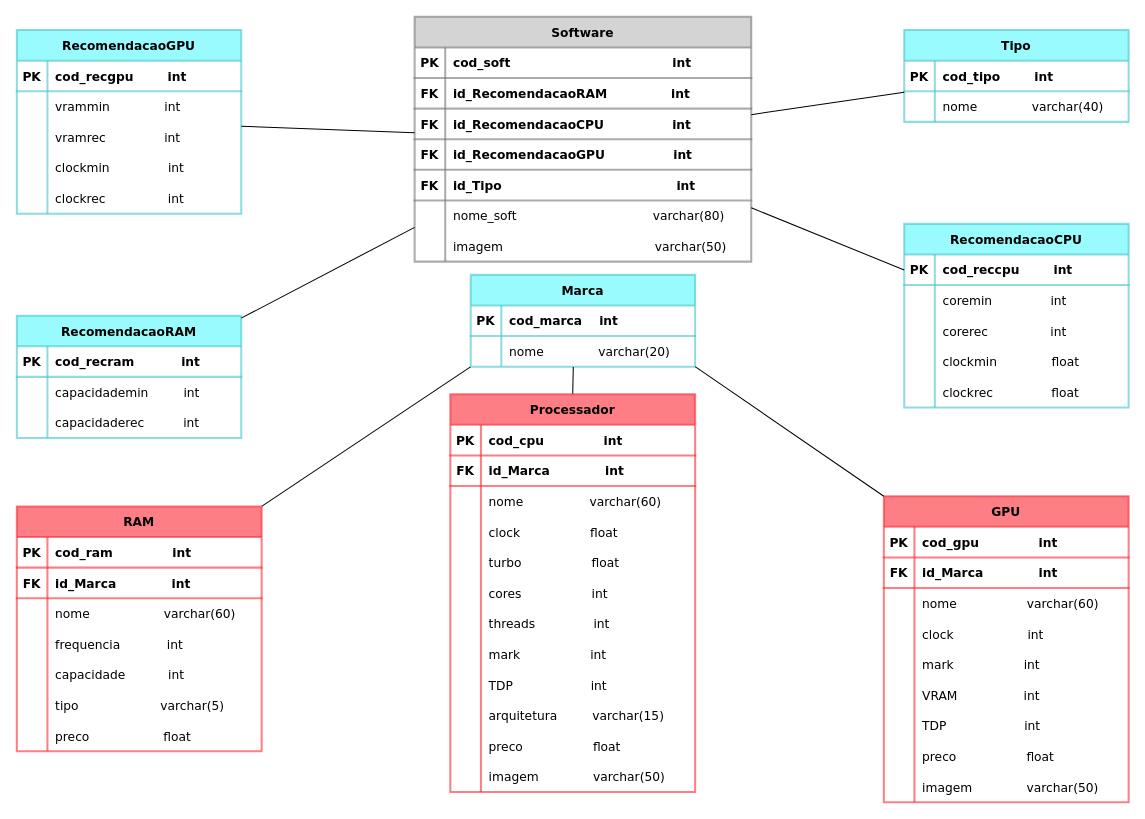
This is page "MER" (2 of 2) of IFSP-PJI-G05-MODELOS/database model/Abstração do Banco de dados - GHYM.drawio from ProjectGHYM/IFSP-PJI2-GR05-GHYM_Hardware_Comparison, a draw.io file, before an edit. Source tidied: cells renumbered, new cells numbered last; positions are measured from the earlier drawing's top-left corner, leaving out a move shared by most shapes. Both pictures are drawn from the tidied source at 102%, with x=0, y=0 at pixel (16, 16).
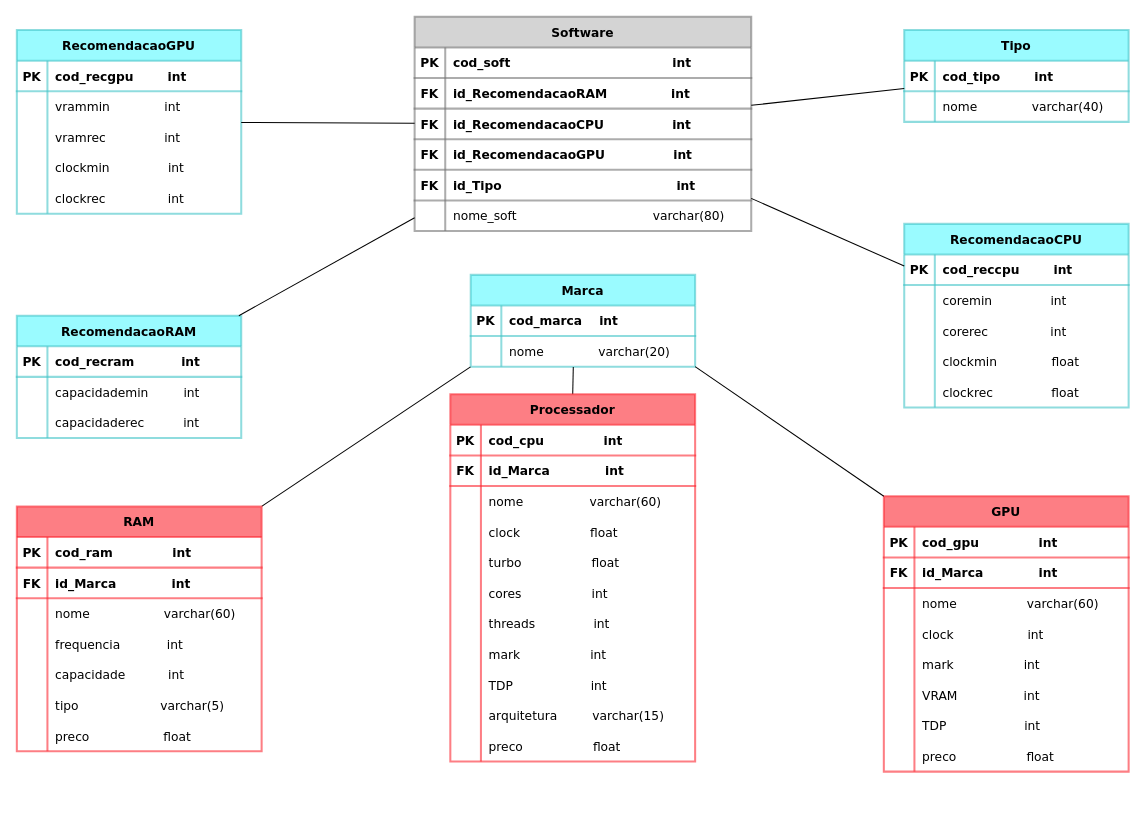
After the change.

Change to the diagram source:
```diff
@@
     <mxCell id="34" value="Software" style="shape=table;startSize=30;childLayout=tableLayout;rowLines=0;fontStyle=1;align=center;shadow=0;fontFamily=Verdana;strokeColor=#757575;strokeWidth=2;fillColor=#B8B8B8;opacity=60;" parent="1" vertex="1">
-      <mxGeometry x="390" width="330" height="240" as="geometry" />
+      <mxGeometry x="390" width="330" height="210" as="geometry" />
     </mxCell>
@@
-    <mxCell id="53" style="shape=tableRow;horizontal=0;startSize=0;swimlaneHead=0;swimlaneBody=0;fillColor=none;top=0;left=0;right=0;bottom=0;shadow=0;fontFamily=Verdana;strokeColor=#757575;strokeWidth=2;opacity=60;" parent="34" vertex="1">
-      <mxGeometry y="210" width="330" height="30" as="geometry" />
-    </mxCell>
-    <mxCell id="54" style="shape=partialRectangle;fillColor=none;top=0;left=0;bottom=0;right=0;overflow=hidden;shadow=0;fontFamily=Verdana;strokeColor=#757575;strokeWidth=2;opacity=60;" parent="53" vertex="1">
-      <mxGeometry width="30" height="30" as="geometry" />
-    </mxCell>
-    <mxCell id="55" value="imagem                                       varchar(50)" style="shape=partialRectangle;fillColor=none;top=0;left=0;bottom=0;right=0;align=left;spacingLeft=6;overflow=hidden;shadow=0;fontFamily=Verdana;strokeColor=#757575;strokeWidth=2;opacity=60;" parent="53" vertex="1">
-      <mxGeometry x="30" width="300" height="30" as="geometry" />
-    </mxCell>
@@
     <mxCell id="94" value="Processador" style="shape=table;startSize=30;childLayout=tableLayout;rowLines=0;fontStyle=1;align=center;shadow=0;fontFamily=Verdana;strokeColor=#FC2832;strokeWidth=2;fillColor=#FC2832;opacity=60;" parent="1" vertex="1">
-      <mxGeometry x="425" y="370" width="240" height="390" as="geometry" />
+      <mxGeometry x="425" y="370" width="240" height="360" as="geometry" />
     </mxCell>
@@
-    <mxCell id="128" style="shape=tableRow;horizontal=0;startSize=0;swimlaneHead=0;swimlaneBody=0;fillColor=none;top=0;left=0;right=0;bottom=0;shadow=0;fontFamily=Verdana;strokeColor=#FC2832;strokeWidth=2;opacity=60;" parent="94" vertex="1">
-      <mxGeometry y="360" width="240" height="30" as="geometry" />
-    </mxCell>
-    <mxCell id="129" style="shape=partialRectangle;fillColor=none;top=0;left=0;bottom=0;right=0;overflow=hidden;shadow=0;fontFamily=Verdana;strokeColor=#FC2832;strokeWidth=2;opacity=60;" parent="128" vertex="1">
-      <mxGeometry width="30" height="30" as="geometry" />
-    </mxCell>
-    <mxCell id="130" value="imagem              varchar(50)" style="shape=partialRectangle;fillColor=none;top=0;left=0;bottom=0;right=0;align=left;spacingLeft=6;overflow=hidden;shadow=0;fontFamily=Verdana;strokeColor=#FC2832;strokeWidth=2;opacity=60;" parent="128" vertex="1">
-      <mxGeometry x="30" width="210" height="30" as="geometry" />
-    </mxCell>
     <mxCell id="131" value="GPU" style="shape=table;startSize=30;childLayout=tableLayout;rowLines=0;fontStyle=1;align=center;shadow=0;fontFamily=Verdana;strokeColor=#FC2832;strokeWidth=2;fillColor=#FC2832;opacity=60;" parent="1" vertex="1">
-      <mxGeometry x="850" y="470" width="240" height="300" as="geometry" />
+      <mxGeometry x="850" y="470" width="240" height="270" as="geometry" />
     </mxCell>
@@
-    <mxCell id="156" style="shape=tableRow;horizontal=0;startSize=0;swimlaneHead=0;swimlaneBody=0;fillColor=none;top=0;left=0;right=0;bottom=0;shadow=0;fontFamily=Verdana;strokeColor=#FC2832;strokeWidth=2;opacity=60;" parent="131" vertex="1">
-      <mxGeometry y="270" width="240" height="30" as="geometry" />
-    </mxCell>
-    <mxCell id="157" style="shape=partialRectangle;fillColor=none;top=0;left=0;bottom=0;right=0;overflow=hidden;shadow=0;fontFamily=Verdana;strokeColor=#FC2832;strokeWidth=2;opacity=60;" parent="156" vertex="1">
-      <mxGeometry width="30" height="30" as="geometry" />
-    </mxCell>
-    <mxCell id="158" value="imagem              varchar(50)" style="shape=partialRectangle;fillColor=none;top=0;left=0;bottom=0;right=0;align=left;spacingLeft=6;overflow=hidden;shadow=0;fontFamily=Verdana;strokeColor=#FC2832;strokeWidth=2;opacity=60;" parent="156" vertex="1">
-      <mxGeometry x="30" width="210" height="30" as="geometry" />
-    </mxCell>
```
